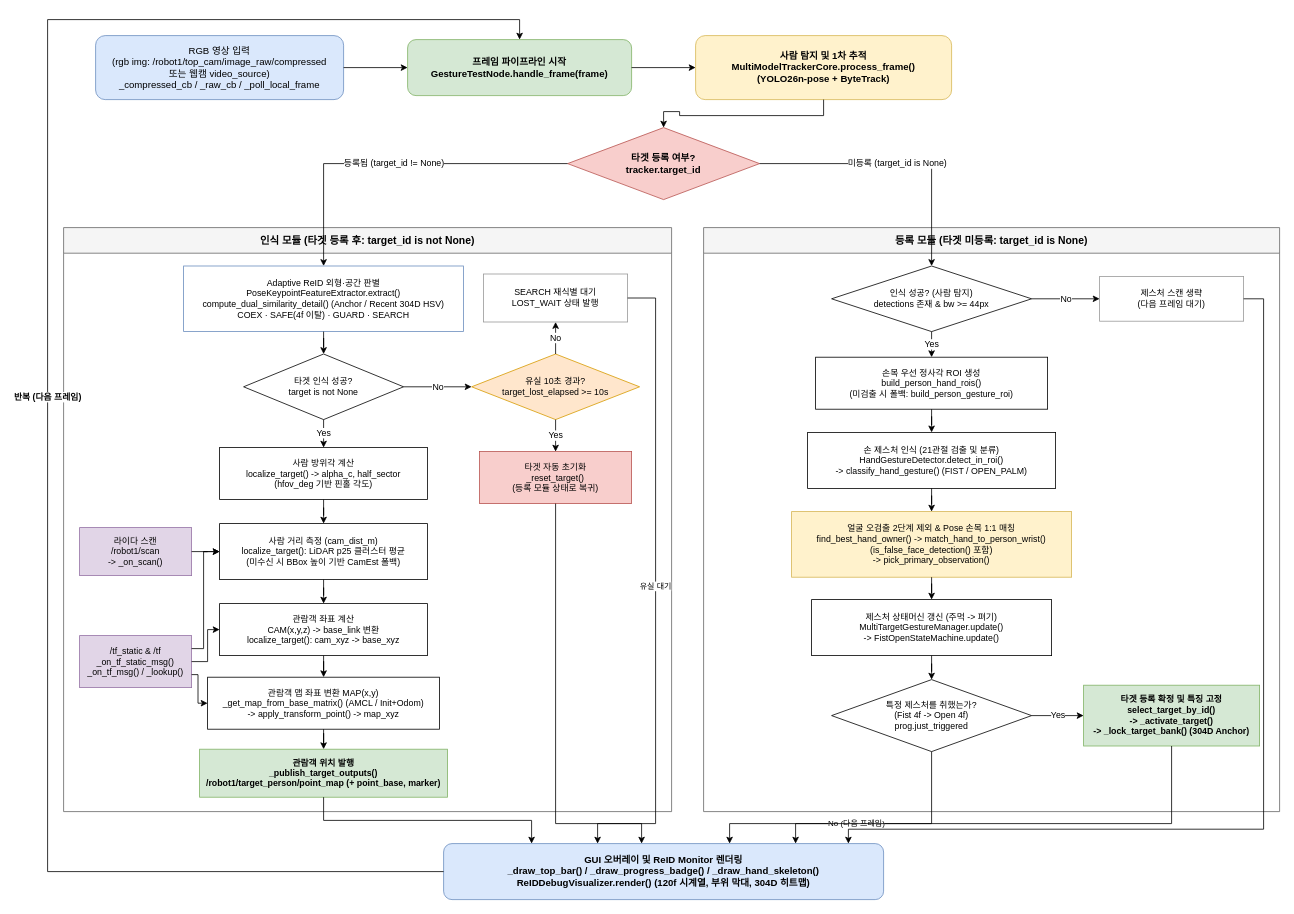
This is docs/follow/person_tracker_flow.drawio from ROKEY-10-Arti/arti, a draw.io file, before an edit. Source tidied: cells renumbered, new cells numbered last; positions are measured from the earlier drawing's top-left corner, leaving out a move shared by most shapes. Both pictures are drawn from the tidied source at 80%, with x=0, y=0 at pixel (47, 19).
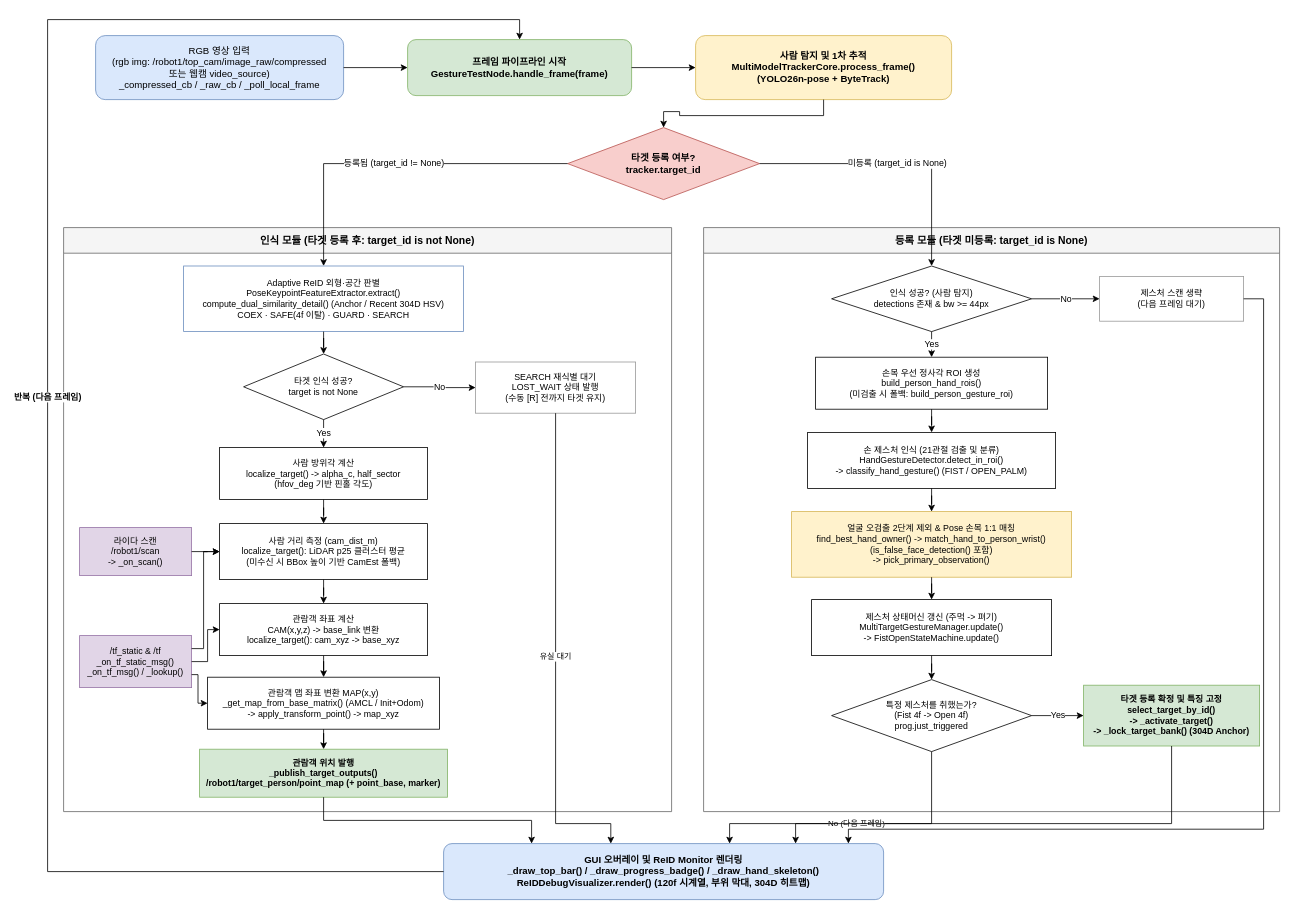
The same page after the edit.

Commit message (it also covers changes not shown here):
Remove lost-target timeout auto-reset from gesture_test_node

The change refers to these unchanged cells:
```xml
<mxCell id="6" value="인식 모듈 (타겟 등록 후: target_id is not None)" style="swimlane;startSize=32;whiteSpace=wrap;html=1;fillColor=#f5f5f5;strokeColor=#666666;fontStyle=1;fontSize=13;" parent="1" vertex="1">
  <mxGeometry x="20" y="260" width="760" height="730" as="geometry" />
</mxCell>
<mxCell id="8" value="타겟 인식 성공?&#10;target is not None" style="rhombus;whiteSpace=wrap;html=1;fillColor=#ffffff;strokeColor=#000000;fontSize=11;" parent="6" vertex="1">
  <mxGeometry x="225" y="158" width="200" height="82" as="geometry" />
</mxCell>
<mxCell id="28" value="GUI 오버레이 및 ReID Monitor 렌더링&#10;_draw_top_bar() / _draw_progress_badge() / _draw_hand_skeleton()&#10;ReIDDebugVisualizer.render() (120f 시계열, 부위 막대, 304D 히트맵)" style="rounded=1;whiteSpace=wrap;html=1;fillColor=#dae8fc;strokeColor=#6c8ebf;fontStyle=1;fontSize=12;" parent="1" vertex="1">
  <mxGeometry x="495" y="1030" width="550" height="70" as="geometry" />
</mxCell>
```

Diff of the diagram source:
```diff
@@
-    <mxCell id="9" value="유실 10초 경과?&#10;target_lost_elapsed &gt;= 10s" style="rhombus;whiteSpace=wrap;html=1;fillColor=#ffe6cc;strokeColor=#d79b00;fontSize=11;" parent="6" vertex="1">
-      <mxGeometry x="510" y="158" width="210" height="82" as="geometry" />
-    </mxCell>
-    <mxCell id="10" value="SEARCH 재식별 대기&#10;LOST_WAIT 상태 발행" style="rounded=0;whiteSpace=wrap;html=1;fillColor=#ffffff;strokeColor=#999999;fontSize=11;" parent="6" vertex="1">
-      <mxGeometry x="525" y="58" width="180" height="60" as="geometry" />
+    <mxCell id="10" value="SEARCH 재식별 대기&#10;LOST_WAIT 상태 발행&#10;(수동 [R] 전까지 타겟 유지)" style="rounded=0;whiteSpace=wrap;html=1;fillColor=#ffffff;strokeColor=#999999;fontSize=11;" parent="6" vertex="1">
+      <mxGeometry x="515" y="168" width="200" height="64" as="geometry" />
     </mxCell>
-    <mxCell id="11" value="타겟 자동 초기화&#10;_reset_target()&#10;(등록 모듈 상태로 복귀)" style="rounded=0;whiteSpace=wrap;html=1;fillColor=#f8cecc;strokeColor=#b85450;fontSize=11;" parent="6" vertex="1">
-      <mxGeometry x="520" y="280" width="190" height="65" as="geometry" />
-    </mxCell>
@@
-    <mxCell id="36" value="No" style="edgeStyle=orthogonalEdgeStyle;rounded=0;jettySize=auto;html=1;" parent="6" edge="1" source="8" target="9">
+    <mxCell id="36" value="No" style="edgeStyle=orthogonalEdgeStyle;rounded=0;jettySize=auto;html=1;" parent="6" edge="1" source="8" target="10">
       <mxGeometry relative="1" as="geometry" />
     </mxCell>
-    <mxCell id="37" value="No" style="edgeStyle=orthogonalEdgeStyle;rounded=0;jettySize=auto;html=1;" parent="6" edge="1" source="9" target="10">
-      <mxGeometry relative="1" as="geometry" />
-    </mxCell>
-    <mxCell id="38" value="Yes" style="edgeStyle=orthogonalEdgeStyle;rounded=0;jettySize=auto;html=1;" parent="6" edge="1" source="9" target="11">
-      <mxGeometry relative="1" as="geometry" />
-    </mxCell>
@@
-    <mxCell id="55" value="유실 대기" style="edgeStyle=orthogonalEdgeStyle;rounded=0;jettySize=auto;html=1;exitX=1;exitY=0.5;entryX=0.35;entryY=0;fontSize=10;" parent="1" edge="1" source="10" target="28">
+    <mxCell id="55" value="유실 대기" style="edgeStyle=orthogonalEdgeStyle;rounded=0;jettySize=auto;html=1;exitX=0.5;exitY=1;entryX=0.38;entryY=0;fontSize=10;" parent="1" edge="1" source="10" target="28">
       <mxGeometry relative="1" as="geometry">
         <Array as="points">
-          <mxPoint x="760" y="348" />
-          <mxPoint x="760" y="1005" />
-          <mxPoint x="687" y="1005" />
+          <mxPoint x="635" y="1005" />
+          <mxPoint x="704" y="1005" />
         </Array>
       </mxGeometry>
     </mxCell>
-    <mxCell id="56" style="edgeStyle=orthogonalEdgeStyle;rounded=0;jettySize=auto;html=1;exitX=0.5;exitY=1;entryX=0.45;entryY=0;" parent="1" edge="1" source="11" target="28">
-      <mxGeometry relative="1" as="geometry">
-        <Array as="points">
-          <mxPoint x="635" y="1005" />
-          <mxPoint x="742" y="1005" />
-        </Array>
-      </mxGeometry>
-    </mxCell>
```
